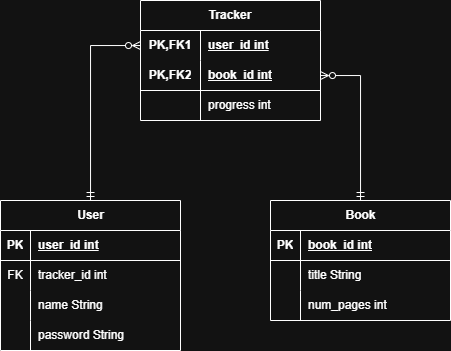
This is capstone.drawio.png from ilathem/cognixia-capstone-mvp, a draw.io export, as it was before one commit. Source tidied: cells renumbered, new cells last; positions are measured from the earlier drawing's top-left corner, leaving out a move shared by most shapes.
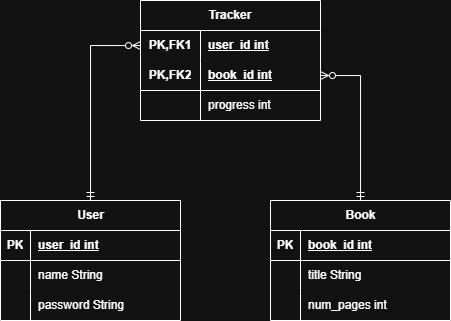
After the change.

The edit, as a diff of the source:
```diff
@@ -6,7 +6,7 @@
       <mxGeometry relative="1" as="geometry" />
     </mxCell>
     <mxCell id="3" value="User" style="shape=table;startSize=30;rowLines=0;fontStyle=1;align=center;html=1;" parent="1" vertex="1">
-      <mxGeometry y="200" width="180" height="150" as="geometry" />
+      <mxGeometry y="200" width="180" height="120" as="geometry" />
     </mxCell>
     <mxCell id="4" style="shape=tableRow;horizontal=0;startSize=0;swimlaneHead=0;swimlaneBody=0;fillColor=none;top=0;left=0;right=0;bottom=1;" parent="3" vertex="1">
       <mxGeometry y="30" width="180" height="30" as="geometry" />
@@ -17,17 +17,8 @@
     <mxCell id="6" value="user_id int" style="shape=partialRectangle;fillColor=none;top=0;left=0;bottom=0;right=0;align=left;spacingLeft=6;fontStyle=5;overflow=hidden;whiteSpace=wrap;html=1;" parent="4" vertex="1">
       <mxGeometry x="30" width="150" height="30" as="geometry" />
     </mxCell>
-    <mxCell id="7" style="shape=tableRow;horizontal=0;startSize=0;swimlaneHead=0;swimlaneBody=0;fillColor=none;top=0;left=0;right=0;bottom=0;" parent="3" vertex="1">
-      <mxGeometry y="60" width="180" height="30" as="geometry" />
-    </mxCell>
-    <mxCell id="8" value="FK" style="shape=partialRectangle;fillColor=none;top=0;left=0;bottom=0;right=0;fontStyle=0;overflow=hidden;whiteSpace=wrap;html=1;" parent="7" vertex="1">
-      <mxGeometry width="30" height="30" as="geometry" />
-    </mxCell>
-    <mxCell id="9" value="tracker_id int" style="shape=partialRectangle;fillColor=none;top=0;left=0;bottom=0;right=0;align=left;spacingLeft=6;fontStyle=0;overflow=hidden;whiteSpace=wrap;html=1;" parent="7" vertex="1">
-      <mxGeometry x="30" width="150" height="30" as="geometry" />
-    </mxCell>
     <mxCell id="10" style="shape=tableRow;horizontal=0;startSize=0;swimlaneHead=0;swimlaneBody=0;fillColor=none;top=0;left=0;right=0;bottom=0;" parent="3" vertex="1">
-      <mxGeometry y="90" width="180" height="30" as="geometry" />
+      <mxGeometry y="60" width="180" height="30" as="geometry" />
     </mxCell>
     <mxCell id="11" style="shape=partialRectangle;fillColor=none;top=0;left=0;bottom=0;right=0;overflow=hidden;whiteSpace=wrap;html=1;" parent="10" vertex="1">
       <mxGeometry width="30" height="30" as="geometry" />
@@ -36,7 +27,7 @@
       <mxGeometry x="30" width="150" height="30" as="geometry" />
     </mxCell>
     <mxCell id="13" style="shape=tableRow;horizontal=0;startSize=0;swimlaneHead=0;swimlaneBody=0;fillColor=none;top=0;left=0;right=0;bottom=0;" parent="3" vertex="1">
-      <mxGeometry y="120" width="180" height="30" as="geometry" />
+      <mxGeometry y="90" width="180" height="30" as="geometry" />
     </mxCell>
     <mxCell id="14" style="shape=partialRectangle;fillColor=none;top=0;left=0;bottom=0;right=0;overflow=hidden;whiteSpace=wrap;html=1;" parent="13" vertex="1">
       <mxGeometry width="30" height="30" as="geometry" />
```
